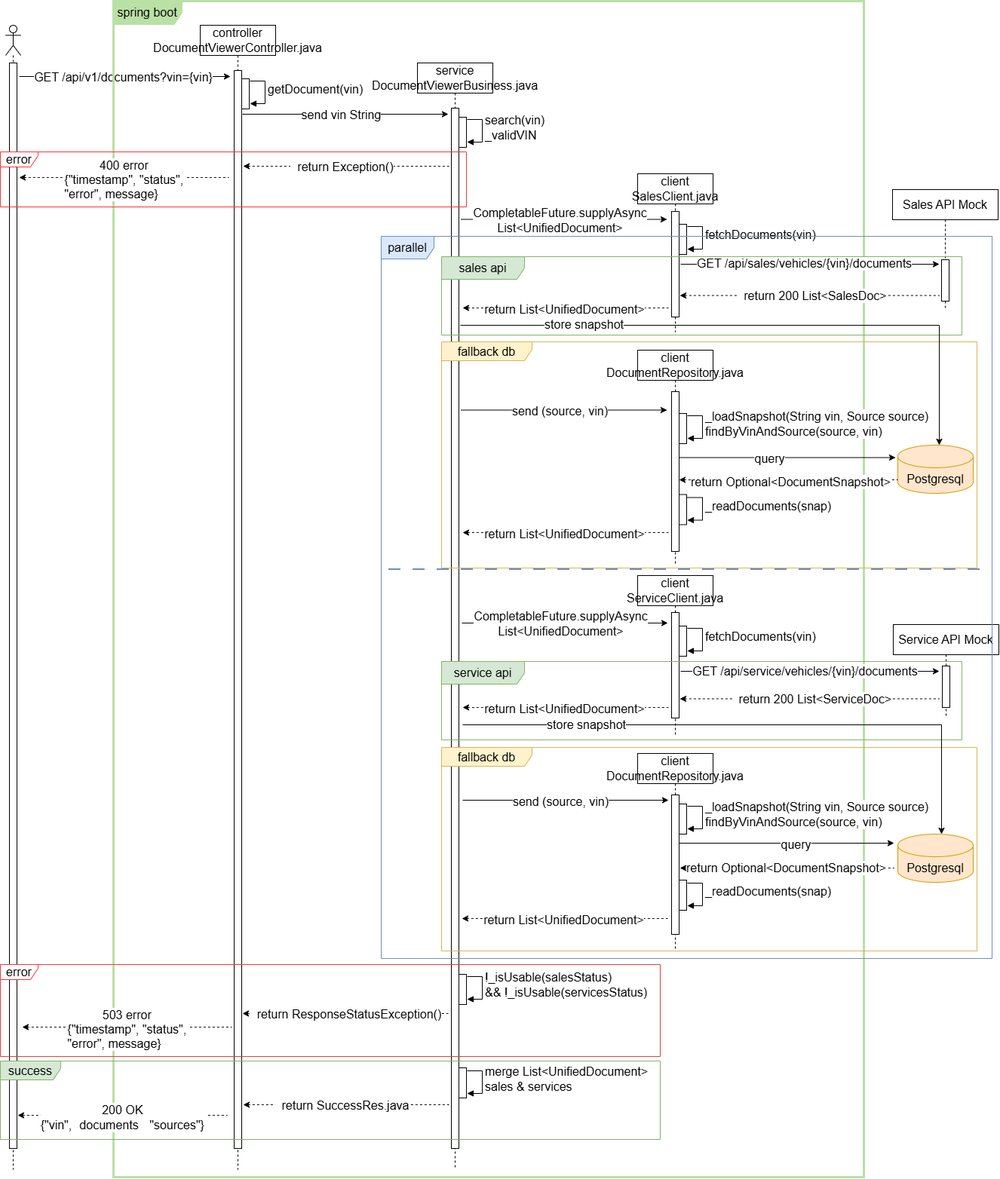
Earlier version of the draw.io export docs/keyloop-exercise-document_viewer_sequence-flow.drawio.png (giaptai/keyloop-challenge). Source tidied: cells renumbered, new cells last; positions are measured from the earlier drawing's top-left corner, leaving out a move shared by most shapes.
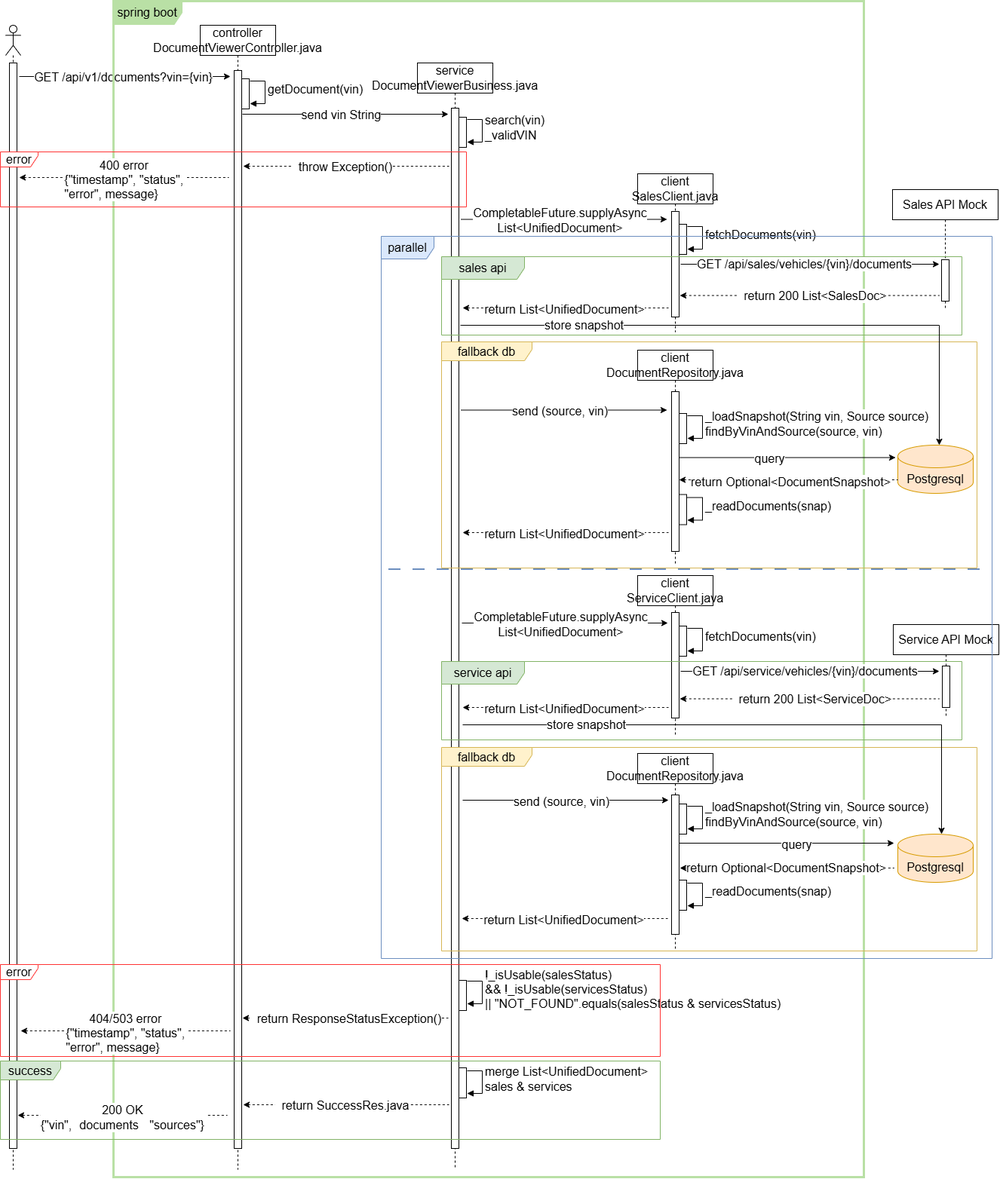
The same diagram one commit later.

Commit message:
edit: change behavior if VIN is not exist (not found) AND try my best presentation

Change to the diagram source:
```diff
@@ -107,7 +107,7 @@
         </Array>
       </mxGeometry>
     </mxCell>
-    <mxCell id="24" value="&amp;nbsp; return Exception()" style="edgeLabel;html=1;align=center;verticalAlign=middle;" parent="23" vertex="1">
+    <mxCell id="24" value="&amp;nbsp; throw Exception()" style="edgeLabel;html=1;align=center;verticalAlign=middle;" parent="23" vertex="1">
       <mxGeometry x="-0.22" y="-2" relative="1" as="geometry">
         <mxPoint x="23" y="-2" as="offset" />
       </mxGeometry>
@@ -471,25 +471,25 @@
       <mxGeometry x="1190" y="1105" width="100" height="64" as="geometry" />
     </mxCell>
     <mxCell id="84" style="html=1;perimeter=orthogonalPerimeter;targetShapes=umlLifeline;newEdgeStyle={&quot;curved&quot;:0,&quot;rounded&quot;:0};" parent="1" vertex="1">
-      <mxGeometry x="608" y="1291" width="10" height="40" as="geometry" />
+      <mxGeometry x="608" y="1299" width="10" height="40" as="geometry" />
     </mxCell>
-    <mxCell id="85" value="&lt;span style=&quot;font-size: 11px;&quot;&gt;!_isUsable(salesStatus)&lt;/span&gt;&lt;div&gt;&lt;span style=&quot;font-size: 11px;&quot;&gt;&amp;amp;&amp;amp;&amp;nbsp;&lt;/span&gt;&lt;span style=&quot;background-color: light-dark(#ffffff, var(--ge-dark-color, #121212)); font-size: 11px;&quot;&gt;!_isUsable(servicesStatus)&lt;/span&gt;&lt;/div&gt;" style="html=1;align=left;spacingLeft=2;endArrow=block;rounded=0;edgeStyle=orthogonalEdgeStyle;curved=0;rounded=0;" parent="1" edge="1">
+    <mxCell id="85" value="&lt;span style=&quot;font-size: 11px;&quot;&gt;!_isUsable(salesStatus)&lt;/span&gt;&lt;div&gt;&lt;span style=&quot;font-size: 11px;&quot;&gt;&amp;amp;&amp;amp;&amp;nbsp;&lt;/span&gt;&lt;span style=&quot;background-color: light-dark(#ffffff, var(--ge-dark-color, #121212)); font-size: 11px;&quot;&gt;!_isUsable(servicesStatus)&lt;/span&gt;&lt;/div&gt;&lt;div&gt;&lt;span style=&quot;background-color: light-dark(#ffffff, var(--ge-dark-color, #121212)); font-size: 11px;&quot;&gt;||&amp;nbsp;&lt;/span&gt;&lt;span style=&quot;background-color: light-dark(#ffffff, var(--ge-dark-color, #121212)); font-size: 11px;&quot;&gt;&quot;NOT_FOUND&quot;.equals(salesStatus &amp;amp; servicesStatus)&lt;/span&gt;&lt;/div&gt;" style="html=1;align=left;spacingLeft=2;endArrow=block;rounded=0;edgeStyle=orthogonalEdgeStyle;curved=0;rounded=0;" parent="1" edge="1">
       <mxGeometry x="-0.11" relative="1" as="geometry">
-        <mxPoint x="619" y="1294" as="sourcePoint" />
-        <mxPoint x="619" y="1324" as="targetPoint" />
+        <mxPoint x="619" y="1300" as="sourcePoint" />
+        <mxPoint x="619" y="1330" as="targetPoint" />
         <Array as="points">
-          <mxPoint x="639" y="1294" />
-          <mxPoint x="639" y="1324" />
+          <mxPoint x="639" y="1300" />
+          <mxPoint x="639" y="1330" />
         </Array>
       </mxGeometry>
     </mxCell>
     <mxCell id="86" style="edgeStyle=orthogonalEdgeStyle;rounded=0;orthogonalLoop=1;jettySize=auto;html=1;curved=0;startArrow=classic;startFill=1;endArrow=none;endFill=0;dashed=1;" parent="1" edge="1">
       <mxGeometry x="-0.05" relative="1" as="geometry">
-        <mxPoint x="321" y="1343" as="sourcePoint" />
-        <mxPoint x="594" y="1343" as="targetPoint" />
+        <mxPoint x="321" y="1349" as="sourcePoint" />
+        <mxPoint x="594" y="1349" as="targetPoint" />
         <Array as="points">
-          <mxPoint x="446" y="1343" />
-          <mxPoint x="446" y="1343" />
+          <mxPoint x="446" y="1349" />
+          <mxPoint x="446" y="1349" />
         </Array>
       </mxGeometry>
     </mxCell>
@@ -500,15 +500,15 @@
     </mxCell>
     <mxCell id="88" style="edgeStyle=orthogonalEdgeStyle;rounded=0;orthogonalLoop=1;jettySize=auto;html=1;curved=0;startArrow=classic;startFill=1;endArrow=none;endFill=0;dashed=1;" parent="1" edge="1">
       <mxGeometry x="-0.03" relative="1" as="geometry">
-        <mxPoint x="29" y="1361" as="sourcePoint" />
-        <mxPoint x="307" y="1361" as="targetPoint" />
+        <mxPoint x="27" y="1366" as="sourcePoint" />
+        <mxPoint x="305" y="1366" as="targetPoint" />
         <Array as="points">
-          <mxPoint x="159" y="1361" />
-          <mxPoint x="159" y="1361" />
+          <mxPoint x="157" y="1366" />
+          <mxPoint x="157" y="1366" />
         </Array>
       </mxGeometry>
     </mxCell>
-    <mxCell id="89" value="&lt;div&gt;&lt;span style=&quot;font-size: 11px;&quot;&gt;503 error&amp;nbsp;&lt;/span&gt;&lt;/div&gt;&lt;div style=&quot;text-align: left;&quot;&gt;&lt;span style=&quot;font-size: 11px;&quot;&gt;{&lt;/span&gt;&lt;span style=&quot;background-color: light-dark(#ffffff, var(--ge-dark-color, #121212)); color: light-dark(#000000, var(--ge-light-color, #ffffff));&quot;&gt;&quot;timestamp&quot;,&amp;nbsp;&lt;/span&gt;&lt;span style=&quot;color: light-dark(#000000, var(--ge-light-color, #ffffff)); background-color: light-dark(#ffffff, var(--ge-dark-color, #121212));&quot;&gt;&quot;status&quot;,&amp;nbsp;&lt;/span&gt;&lt;/div&gt;&lt;div style=&quot;text-align: left;&quot;&gt;&lt;span style=&quot;font-size: 11px;&quot;&gt;&quot;error&quot;,&amp;nbsp;&lt;/span&gt;&lt;span style=&quot;background-color: light-dark(#ffffff, var(--ge-dark-color, #121212)); color: light-dark(#000000, var(--ge-light-color, #ffffff));&quot;&gt;message&lt;/span&gt;&lt;span style=&quot;background-color: light-dark(#ffffff, var(--ge-dark-color, #121212)); color: light-dark(#000000, var(--ge-light-color, #ffffff));&quot;&gt;}&amp;nbsp;&lt;/span&gt;&lt;/div&gt;" style="edgeLabel;html=1;align=center;verticalAlign=middle;" parent="88" vertex="1">
+    <mxCell id="89" value="&lt;div&gt;&lt;span style=&quot;font-size: 11px;&quot;&gt;404/503 error&amp;nbsp;&lt;/span&gt;&lt;/div&gt;&lt;div style=&quot;text-align: left;&quot;&gt;&lt;span style=&quot;font-size: 11px;&quot;&gt;{&lt;/span&gt;&lt;span style=&quot;background-color: light-dark(#ffffff, var(--ge-dark-color, #121212)); color: light-dark(#000000, var(--ge-light-color, #ffffff));&quot;&gt;&quot;timestamp&quot;,&amp;nbsp;&lt;/span&gt;&lt;span style=&quot;color: light-dark(#000000, var(--ge-light-color, #ffffff)); background-color: light-dark(#ffffff, var(--ge-dark-color, #121212));&quot;&gt;&quot;status&quot;,&amp;nbsp;&lt;/span&gt;&lt;/div&gt;&lt;div style=&quot;text-align: left;&quot;&gt;&lt;span style=&quot;font-size: 11px;&quot;&gt;&quot;error&quot;,&amp;nbsp;&lt;/span&gt;&lt;span style=&quot;background-color: light-dark(#ffffff, var(--ge-dark-color, #121212)); color: light-dark(#000000, var(--ge-light-color, #ffffff));&quot;&gt;message&lt;/span&gt;&lt;span style=&quot;background-color: light-dark(#ffffff, var(--ge-dark-color, #121212)); color: light-dark(#000000, var(--ge-light-color, #ffffff));&quot;&gt;}&amp;nbsp;&lt;/span&gt;&lt;/div&gt;" style="edgeLabel;html=1;align=center;verticalAlign=middle;" parent="88" vertex="1">
       <mxGeometry x="-0.19" y="-2" relative="1" as="geometry">
         <mxPoint x="28" as="offset" />
       </mxGeometry>
```
